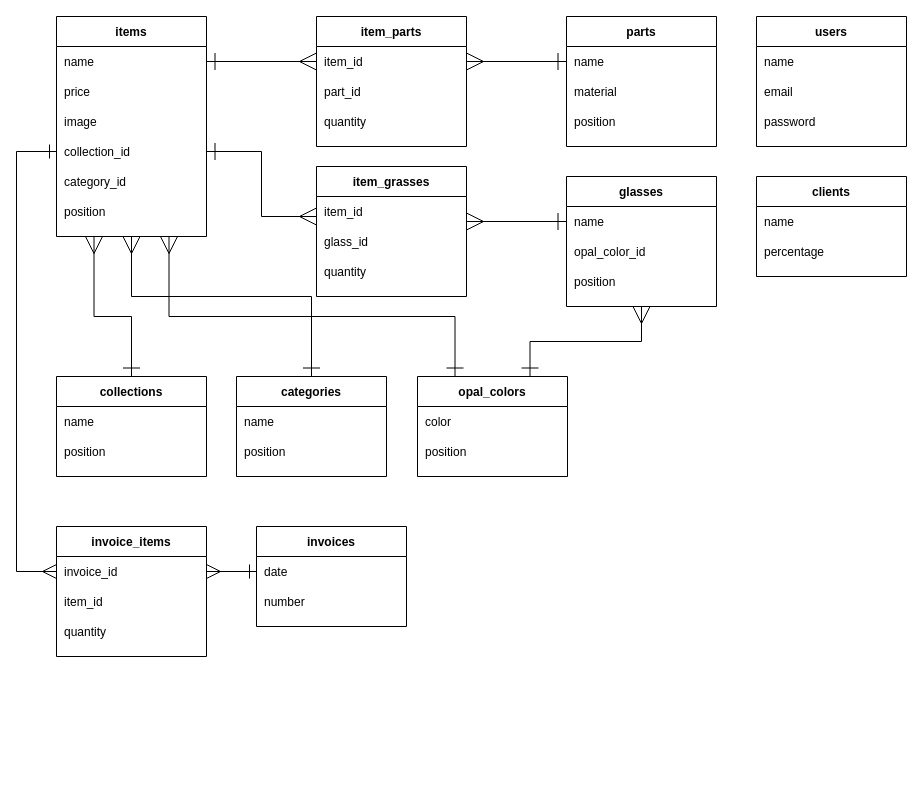
Earlier version of the draw.io diagram ER.dio (KentaroKageyama/aio_app). Source tidied: cells renumbered, new cells numbered last; positions are measured from the earlier drawing's top-left corner, leaving out a move shared by most shapes. Both pictures are drawn from the tidied source at 100%, with x=0, y=0 at pixel (16, 16).
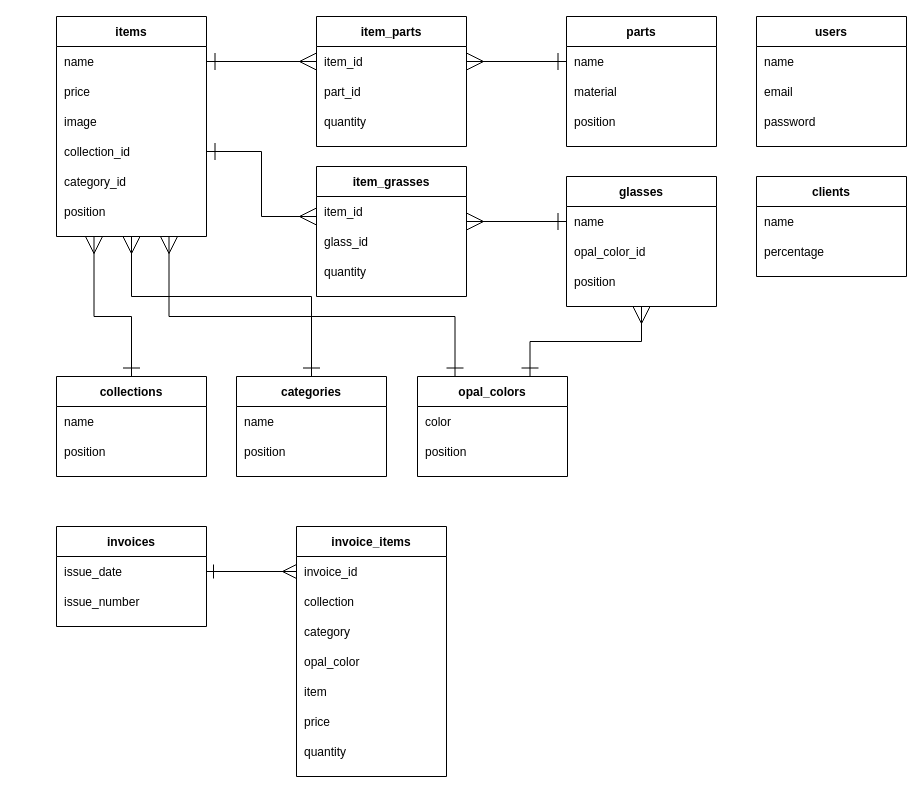
The same page after the edit.

Unchanged cells that the change refers to:
```xml
<mxCell id="12" style="shape=partialRectangle;fillColor=none;top=0;left=0;bottom=0;right=0;points=[[0,0.5],[1,0.5]];portConstraint=eastwest;" parent="5" vertex="1">
  <mxGeometry y="120" width="150" height="30" as="geometry" />
</mxCell>
<mxCell id="79" style="shape=partialRectangle;fillColor=none;top=0;left=0;bottom=0;right=0;points=[[0,0.5],[1,0.5]];portConstraint=eastwest;" parent="78" vertex="1">
  <mxGeometry y="30" width="150" height="30" as="geometry" />
</mxCell>
<mxCell id="81" style="shape=partialRectangle;fillColor=none;top=0;left=0;bottom=0;right=0;" parent="78" vertex="1">
  <mxGeometry y="60" width="150" height="30" as="geometry" />
</mxCell>
<mxCell id="84" style="shape=partialRectangle;fillColor=none;top=0;left=0;bottom=0;right=0;points=[[0,0.5],[1,0.5]];portConstraint=eastwest;" parent="83" vertex="1">
  <mxGeometry y="30" width="150" height="30" as="geometry" />
</mxCell>
<mxCell id="86" style="shape=partialRectangle;fillColor=none;top=0;left=0;bottom=0;right=0;" parent="83" vertex="1">
  <mxGeometry y="60" width="150" height="30" as="geometry" />
</mxCell>
<mxCell id="88" style="shape=partialRectangle;fillColor=none;top=0;left=0;bottom=0;right=0;" parent="83" vertex="1">
  <mxGeometry y="90" width="150" height="30" as="geometry" />
</mxCell>
```

The edit, as a diff of the source:
```diff
@@
     <mxCell id="78" value="invoices" style="shape=table;startSize=30;childLayout=tableLayout;rowLines=0;fontStyle=1;align=center;" parent="1" vertex="1">
-      <mxGeometry x="240" y="510" width="150" height="100" as="geometry" />
+      <mxGeometry x="40" y="510" width="150" height="100" as="geometry" />
     </mxCell>
@@
-    <mxCell id="80" value="date" style="shape=partialRectangle;fillColor=none;top=0;left=0;bottom=0;right=0;align=left;spacingLeft=6;overflow=hidden;" parent="79" vertex="1">
+    <mxCell id="80" value="issue_date" style="shape=partialRectangle;fillColor=none;top=0;left=0;bottom=0;right=0;align=left;spacingLeft=6;overflow=hidden;" parent="79" vertex="1">
       <mxGeometry width="150" height="30" as="geometry" />
     </mxCell>
@@
-    <mxCell id="82" value="number" style="shape=partialRectangle;fillColor=none;top=0;left=0;bottom=0;right=0;align=left;spacingLeft=6;overflow=hidden;" parent="81" vertex="1">
+    <mxCell id="82" value="issue_number" style="shape=partialRectangle;fillColor=none;top=0;left=0;bottom=0;right=0;align=left;spacingLeft=6;overflow=hidden;" parent="81" vertex="1">
       <mxGeometry width="150" height="30" as="geometry" />
     </mxCell>
     <mxCell id="83" value="invoice_items" style="shape=table;startSize=30;childLayout=tableLayout;rowLines=0;fontStyle=1;align=center;" parent="1" vertex="1">
-      <mxGeometry x="40" y="510" width="150" height="130" as="geometry" />
+      <mxGeometry x="280" y="510" width="150" height="250" as="geometry" />
     </mxCell>
@@
-    <mxCell id="87" value="item_id" style="shape=partialRectangle;fillColor=none;top=0;left=0;bottom=0;right=0;align=left;spacingLeft=6;overflow=hidden;" parent="86" vertex="1">
+    <mxCell id="87" value="collection" style="shape=partialRectangle;fillColor=none;top=0;left=0;bottom=0;right=0;align=left;spacingLeft=6;overflow=hidden;" parent="86" vertex="1">
       <mxGeometry width="150" height="30" as="geometry" />
     </mxCell>
@@
-    <mxCell id="89" value="quantity" style="shape=partialRectangle;fillColor=none;top=0;left=0;bottom=0;right=0;align=left;spacingLeft=6;overflow=hidden;" parent="88" vertex="1">
+    <mxCell id="89" value="category" style="shape=partialRectangle;fillColor=none;top=0;left=0;bottom=0;right=0;align=left;spacingLeft=6;overflow=hidden;" parent="88" vertex="1">
       <mxGeometry width="150" height="30" as="geometry" />
     </mxCell>
-    <mxCell id="90" style="edgeStyle=orthogonalEdgeStyle;rounded=0;jettySize=auto;html=1;exitX=0;exitY=0.5;exitDx=0;exitDy=0;entryX=0;entryY=0.5;entryDx=0;entryDy=0;endArrow=ERmany;endFill=0;startArrow=ERone;startFill=0;endSize=12;startSize=12;" parent="1" edge="1" source="12" target="84">
-      <mxGeometry relative="1" as="geometry">
-        <Array as="points">
-          <mxPoint y="135" />
-          <mxPoint y="555" />
-        </Array>
-      </mxGeometry>
-    </mxCell>
+    <mxCell id="92" style="shape=partialRectangle;fillColor=none;top=0;left=0;bottom=0;right=0;" parent="83" vertex="1">
+      <mxGeometry y="120" width="150" height="30" as="geometry" />
+    </mxCell>
+    <mxCell id="93" value="opal_color" style="shape=partialRectangle;fillColor=none;top=0;left=0;bottom=0;right=0;align=left;spacingLeft=6;overflow=hidden;" parent="92" vertex="1">
+      <mxGeometry width="150" height="30" as="geometry" />
+    </mxCell>
+    <mxCell id="94" style="shape=partialRectangle;fillColor=none;top=0;left=0;bottom=0;right=0;" parent="83" vertex="1">
+      <mxGeometry y="150" width="150" height="30" as="geometry" />
+    </mxCell>
+    <mxCell id="95" value="item" style="shape=partialRectangle;fillColor=none;top=0;left=0;bottom=0;right=0;align=left;spacingLeft=6;overflow=hidden;" parent="94" vertex="1">
+      <mxGeometry width="150" height="30" as="geometry" />
+    </mxCell>
+    <mxCell id="96" style="shape=partialRectangle;fillColor=none;top=0;left=0;bottom=0;right=0;" parent="83" vertex="1">
+      <mxGeometry y="180" width="150" height="30" as="geometry" />
+    </mxCell>
+    <mxCell id="97" value="price" style="shape=partialRectangle;fillColor=none;top=0;left=0;bottom=0;right=0;align=left;spacingLeft=6;overflow=hidden;" parent="96" vertex="1">
+      <mxGeometry width="150" height="30" as="geometry" />
+    </mxCell>
+    <mxCell id="98" style="shape=partialRectangle;fillColor=none;top=0;left=0;bottom=0;right=0;" parent="83" vertex="1">
+      <mxGeometry y="210" width="150" height="30" as="geometry" />
+    </mxCell>
+    <mxCell id="99" value="quantity" style="shape=partialRectangle;fillColor=none;top=0;left=0;bottom=0;right=0;align=left;spacingLeft=6;overflow=hidden;" parent="98" vertex="1">
+      <mxGeometry width="150" height="30" as="geometry" />
+    </mxCell>
-    <mxCell id="91" style="edgeStyle=orthogonalEdgeStyle;rounded=0;jettySize=auto;html=1;exitX=0;exitY=0.5;exitDx=0;exitDy=0;entryX=1;entryY=0.5;entryDx=0;entryDy=0;endArrow=ERmany;endFill=0;startArrow=ERone;startFill=0;endSize=12;startSize=12;" parent="1" edge="1" source="79" target="84">
+    <mxCell id="91" style="edgeStyle=orthogonalEdgeStyle;rounded=0;jettySize=auto;html=1;exitX=1;exitY=0.5;exitDx=0;exitDy=0;endArrow=ERmany;endFill=0;startArrow=ERone;startFill=0;endSize=12;startSize=12;entryX=0;entryY=0.5;entryDx=0;entryDy=0;" parent="1" edge="1" source="79" target="84">
       <mxGeometry relative="1" as="geometry" />
     </mxCell>
```
